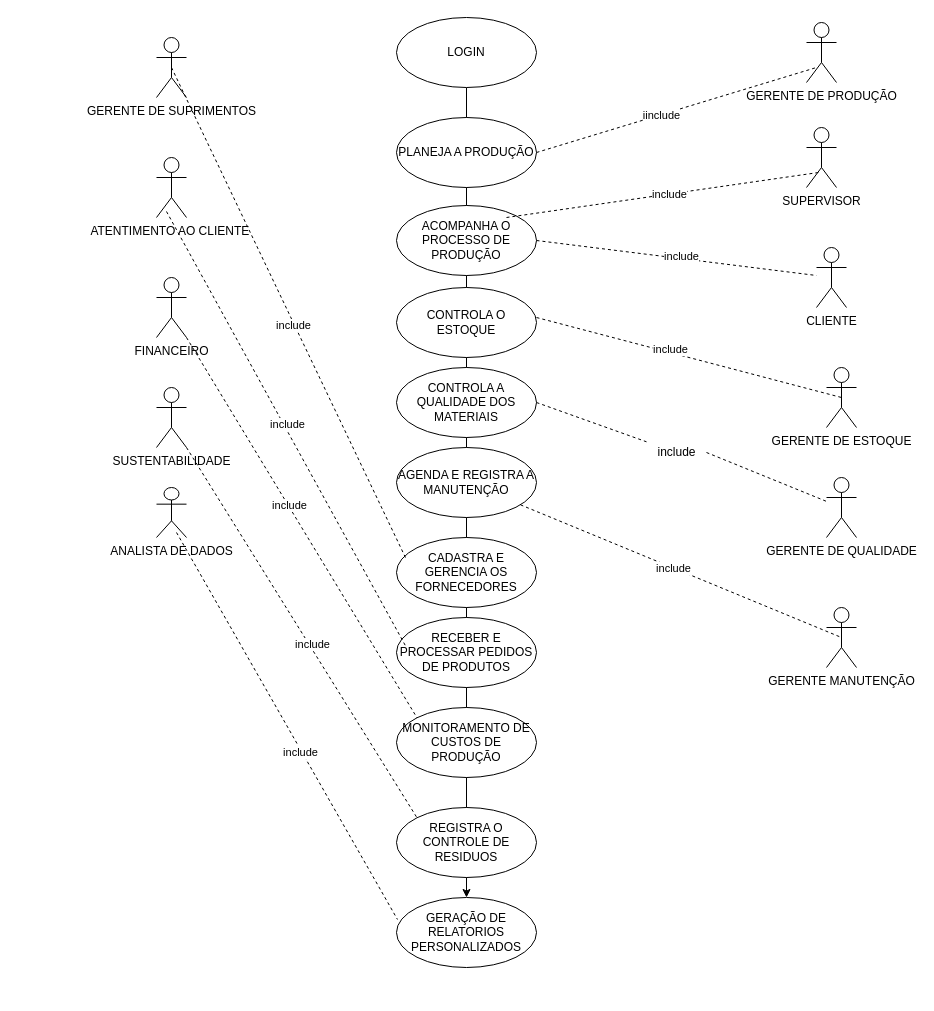
Earlier version of the draw.io diagram Diagrama sem nome.drawio (michaelzin/Alumicad). Source tidied: cells renumbered, new cells numbered last; positions are measured from the earlier drawing's top-left corner, leaving out a move shared by most shapes. Both pictures are drawn from the tidied source at 100%, with x=0, y=0 at pixel (156, 17).
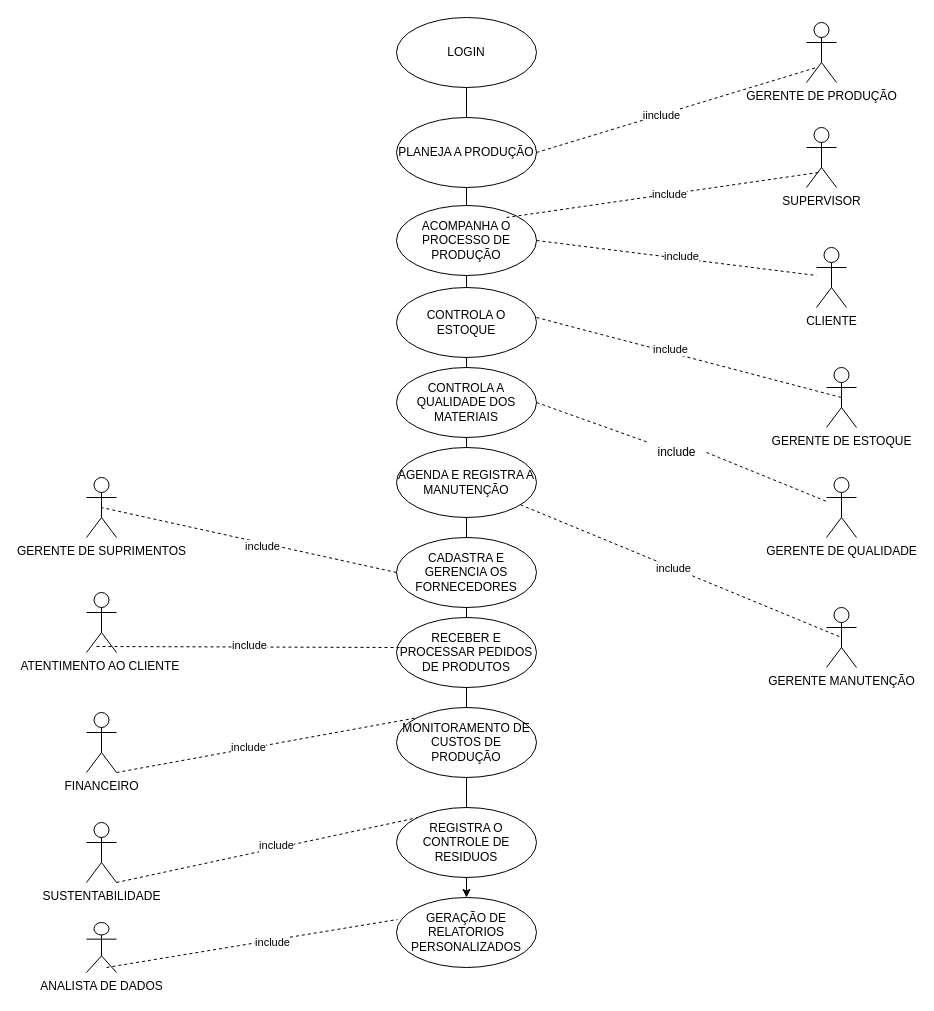
The same diagram, later.

Commit message:
diagrama caso de uso

The change refers to these unchanged cells:
```xml
<mxCell id="27" value="CADASTRA E GERENCIA OS FORNECEDORES" style="ellipse;whiteSpace=wrap;html=1;" parent="1" vertex="1">
  <mxGeometry x="240" y="520" width="140" height="70" as="geometry" />
</mxCell>
```

What changed in the source:
```diff
@@
     <mxCell id="7" value="GERENTE DE SUPRIMENTOS" style="shape=umlActor;verticalLabelPosition=bottom;verticalAlign=top;html=1;" parent="1" vertex="1">
-      <mxGeometry y="20" width="30" height="60" as="geometry" />
+      <mxGeometry x="-70" y="460" width="30" height="60" as="geometry" />
     </mxCell>
     <mxCell id="8" value="ATENTIMENTO AO CLIENTE&amp;nbsp;" style="shape=umlActor;verticalLabelPosition=bottom;verticalAlign=top;html=1;" parent="1" vertex="1">
-      <mxGeometry y="140" width="30" height="60" as="geometry" />
+      <mxGeometry x="-70" y="575" width="30" height="60" as="geometry" />
     </mxCell>
     <mxCell id="9" value="FINANCEIRO" style="shape=umlActor;verticalLabelPosition=bottom;verticalAlign=top;html=1;" parent="1" vertex="1">
-      <mxGeometry y="260" width="30" height="60" as="geometry" />
+      <mxGeometry x="-70" y="695" width="30" height="60" as="geometry" />
     </mxCell>
     <mxCell id="10" value="SUSTENTABILIDADE" style="shape=umlActor;verticalLabelPosition=bottom;verticalAlign=top;html=1;" parent="1" vertex="1">
-      <mxGeometry y="370" width="30" height="60" as="geometry" />
+      <mxGeometry x="-70" y="805" width="30" height="60" as="geometry" />
     </mxCell>
     <mxCell id="11" value="ANALISTA DE DADOS" style="shape=umlActor;verticalLabelPosition=bottom;verticalAlign=top;html=1;" parent="1" vertex="1">
-      <mxGeometry y="470" width="30" height="50" as="geometry" />
+      <mxGeometry x="-70" y="905" width="30" height="50" as="geometry" />
     </mxCell>
@@
-    <mxCell id="28" style="endArrow=none;dashed=1;html=1;rounded=0;entryX=0.5;entryY=0.5;entryDx=0;entryDy=0;entryPerimeter=0;exitX=0.064;exitY=0.286;exitDx=0;exitDy=0;exitPerimeter=0;" parent="1" edge="1" source="27" target="7">
+    <mxCell id="28" style="endArrow=none;dashed=1;html=1;rounded=0;entryX=0.5;entryY=0.5;entryDx=0;entryDy=0;entryPerimeter=0;exitX=0;exitY=0.5;exitDx=0;exitDy=0;" parent="1" edge="1" source="27" target="7">
       <mxGeometry relative="1" as="geometry" />
     </mxCell>
     <mxCell id="29" value="include" style="edgeLabel;html=1;align=center;verticalAlign=middle;" parent="28" vertex="1">
-      <mxGeometry x="-0.05" y="1" relative="1" as="geometry" />
+      <mxGeometry x="-0.05" y="1" relative="1" as="geometry">
+        <mxPoint x="5" y="3" as="offset" />
+      </mxGeometry>
     </mxCell>
```
